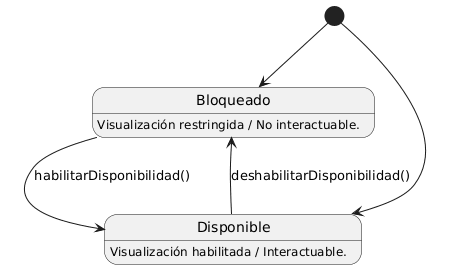
The PlantUML diagram documentos/00-modeloDeDominio/DiagramaDeEstados/DdEspacioRecorrido/diagramaDeEstado.png in Camila-Lesly/25-26-idsw1-sdr, before a commit.
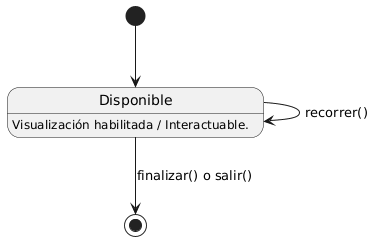
The same file after the commit.

Commit message:
feat: modificación del diagrama de estados del recorrido

Diff of the diagram source:
```diff
@@ -1,15 +1,9 @@
 @startuml
-hide empty description
-
-[*] --> Bloqueado
 [*] --> Disponible
-
-state Bloqueado
-Bloqueado : Visualización restringida / No interactuable.
 
 state Disponible
 Disponible : Visualización habilitada / Interactuable.
 
-Bloqueado --> Disponible : habilitarDisponibilidad()
-Disponible --> Bloqueado : deshabilitarDisponibilidad()
+Disponible --> Disponible : recorrer()
+Disponible --> [*] : finalizar() o salir()
 @enduml
```
